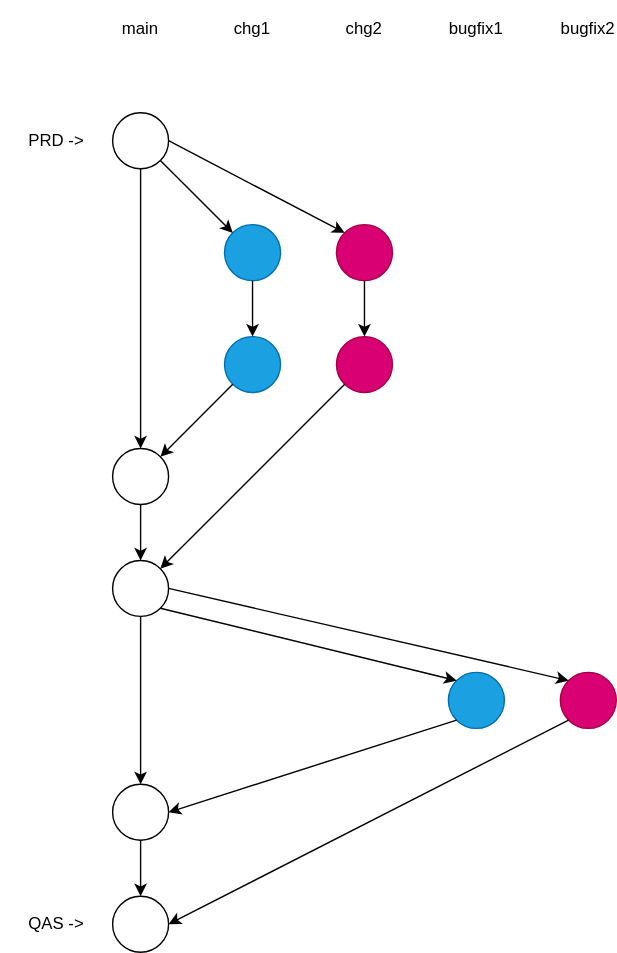
Before: bugfixed.drawio.svg, a diagram exported from draw.io (larshp/two-alv-reports). Source tidied: cells renumbered, new cells last; positions are measured from the earlier drawing's top-left corner, leaving out a move shared by most shapes. Its diagram source:
```xml
<mxGraphModel background="#ffffff">
  <root>
    <mxCell id="0" />
    <mxCell id="1" parent="0" />
    <mxCell id="2" style="ellipse;whiteSpace=wrap;html=1;" parent="1" vertex="1">
      <mxGeometry x="80" y="80" width="40" height="40" as="geometry" />
    </mxCell>
    <mxCell id="3" style="ellipse;whiteSpace=wrap;html=1;fillColor=#1ba1e2;fontColor=#ffffff;strokeColor=#006EAF;" parent="1" vertex="1">
      <mxGeometry x="160" y="160" width="40" height="40" as="geometry" />
    </mxCell>
    <mxCell id="4" style="ellipse;whiteSpace=wrap;html=1;fillColor=#d80073;fontColor=#ffffff;strokeColor=#A50040;" parent="1" vertex="1">
      <mxGeometry x="240" y="160" width="40" height="40" as="geometry" />
    </mxCell>
    <mxCell id="5" value="main" style="text;html=1;strokeColor=none;fillColor=none;align=center;verticalAlign=middle;whiteSpace=wrap;rounded=0;" parent="1" vertex="1">
      <mxGeometry x="80" width="40" height="40" as="geometry" />
    </mxCell>
    <mxCell id="6" value="chg1" style="text;html=1;strokeColor=none;fillColor=none;align=center;verticalAlign=middle;whiteSpace=wrap;rounded=0;" parent="1" vertex="1">
      <mxGeometry x="160" width="40" height="40" as="geometry" />
    </mxCell>
    <mxCell id="7" value="chg2" style="text;html=1;strokeColor=none;fillColor=none;align=center;verticalAlign=middle;whiteSpace=wrap;rounded=0;" parent="1" vertex="1">
      <mxGeometry x="240" width="40" height="40" as="geometry" />
    </mxCell>
    <mxCell id="8" style="endArrow=classic;html=1;exitX=1;exitY=1;exitDx=0;exitDy=0;entryX=0;entryY=0;entryDx=0;entryDy=0;" parent="1" edge="1" source="2" target="3">
      <mxGeometry relative="1" as="geometry" />
    </mxCell>
    <mxCell id="9" style="endArrow=classic;html=1;exitX=1;exitY=0.5;exitDx=0;exitDy=0;entryX=0;entryY=0;entryDx=0;entryDy=0;" parent="1" edge="1" source="2" target="4">
      <mxGeometry relative="1" as="geometry" />
    </mxCell>
    <mxCell id="10" style="ellipse;whiteSpace=wrap;html=1;fillColor=#1ba1e2;fontColor=#ffffff;strokeColor=#006EAF;" parent="1" vertex="1">
      <mxGeometry x="160" y="240" width="40" height="40" as="geometry" />
    </mxCell>
    <mxCell id="11" style="ellipse;whiteSpace=wrap;html=1;fillColor=#d80073;fontColor=#ffffff;strokeColor=#A50040;" parent="1" vertex="1">
      <mxGeometry x="240" y="240" width="40" height="40" as="geometry" />
    </mxCell>
    <mxCell id="12" style="endArrow=classic;html=1;exitX=0.5;exitY=1;exitDx=0;exitDy=0;entryX=0.5;entryY=0;entryDx=0;entryDy=0;" parent="1" edge="1" source="3" target="10">
      <mxGeometry relative="1" as="geometry" />
    </mxCell>
    <mxCell id="13" style="endArrow=classic;html=1;exitX=0.5;exitY=1;exitDx=0;exitDy=0;entryX=0.5;entryY=0;entryDx=0;entryDy=0;" parent="1" edge="1" source="4" target="11">
      <mxGeometry relative="1" as="geometry" />
    </mxCell>
    <mxCell id="14" value="PRD -&amp;gt;" style="text;html=1;strokeColor=none;fillColor=none;align=center;verticalAlign=middle;whiteSpace=wrap;rounded=0;" parent="1" vertex="1">
      <mxGeometry y="85" width="80" height="30" as="geometry" />
    </mxCell>
    <mxCell id="15" style="ellipse;whiteSpace=wrap;html=1;" parent="1" vertex="1">
      <mxGeometry x="80" y="320" width="40" height="40" as="geometry" />
    </mxCell>
    <mxCell id="16" style="ellipse;whiteSpace=wrap;html=1;" parent="1" vertex="1">
      <mxGeometry x="80" y="400" width="40" height="40" as="geometry" />
    </mxCell>
    <mxCell id="17" style="endArrow=classic;html=1;exitX=0;exitY=1;exitDx=0;exitDy=0;entryX=1;entryY=0;entryDx=0;entryDy=0;" parent="1" edge="1" source="10" target="15">
      <mxGeometry relative="1" as="geometry" />
    </mxCell>
    <mxCell id="18" style="endArrow=classic;html=1;entryX=1;entryY=0;entryDx=0;entryDy=0;exitX=0;exitY=1;exitDx=0;exitDy=0;" parent="1" edge="1" source="11" target="16">
      <mxGeometry relative="1" as="geometry" />
    </mxCell>
    <mxCell id="19" style="endArrow=classic;html=1;exitX=0.5;exitY=1;exitDx=0;exitDy=0;entryX=0.5;entryY=0;entryDx=0;entryDy=0;" parent="1" edge="1" source="15" target="16">
      <mxGeometry relative="1" as="geometry" />
    </mxCell>
    <mxCell id="20" value="bugfix1" style="text;html=1;strokeColor=none;fillColor=none;align=center;verticalAlign=middle;whiteSpace=wrap;rounded=0;" parent="1" vertex="1">
      <mxGeometry x="320" width="40" height="40" as="geometry" />
    </mxCell>
    <mxCell id="21" value="bugfix2" style="text;html=1;strokeColor=none;fillColor=none;align=center;verticalAlign=middle;whiteSpace=wrap;rounded=0;" parent="1" vertex="1">
      <mxGeometry x="400" width="40" height="40" as="geometry" />
    </mxCell>
    <mxCell id="22" style="ellipse;whiteSpace=wrap;html=1;fillColor=#1ba1e2;fontColor=#ffffff;strokeColor=#006EAF;" parent="1" vertex="1">
      <mxGeometry x="320" y="480" width="40" height="40" as="geometry" />
    </mxCell>
    <mxCell id="23" style="ellipse;whiteSpace=wrap;html=1;fillColor=#d80073;fontColor=#ffffff;strokeColor=#A50040;" parent="1" vertex="1">
      <mxGeometry x="400" y="480" width="40" height="40" as="geometry" />
    </mxCell>
    <mxCell id="24" style="endArrow=classic;html=1;exitX=1;exitY=1;exitDx=0;exitDy=0;entryX=0;entryY=0;entryDx=0;entryDy=0;" parent="1" edge="1" source="16" target="22">
      <mxGeometry relative="1" as="geometry" />
    </mxCell>
    <mxCell id="25" style="endArrow=classic;html=1;exitX=1;exitY=0.5;exitDx=0;exitDy=0;entryX=0;entryY=0;entryDx=0;entryDy=0;" parent="1" edge="1" source="16" target="23">
      <mxGeometry relative="1" as="geometry" />
    </mxCell>
    <mxCell id="26" style="ellipse;whiteSpace=wrap;html=1;" parent="1" vertex="1">
      <mxGeometry x="80" y="560" width="40" height="40" as="geometry" />
    </mxCell>
    <mxCell id="27" value="QAS -&amp;gt;" style="text;html=1;strokeColor=none;fillColor=none;align=center;verticalAlign=middle;whiteSpace=wrap;rounded=0;" parent="1" vertex="1">
      <mxGeometry y="645" width="80" height="30" as="geometry" />
    </mxCell>
    <mxCell id="28" style="endArrow=classic;html=1;exitX=0;exitY=1;exitDx=0;exitDy=0;entryX=1;entryY=0.5;entryDx=0;entryDy=0;" parent="1" edge="1" source="22" target="26">
      <mxGeometry relative="1" as="geometry" />
    </mxCell>
    <mxCell id="29" style="endArrow=classic;html=1;entryX=0.5;entryY=0;entryDx=0;entryDy=0;exitX=0.5;exitY=1;exitDx=0;exitDy=0;" parent="1" edge="1" source="16" target="26">
      <mxGeometry relative="1" as="geometry" />
    </mxCell>
    <mxCell id="30" style="endArrow=classic;html=1;exitX=0;exitY=1;exitDx=0;exitDy=0;entryX=1;entryY=0.5;entryDx=0;entryDy=0;" parent="1" edge="1" source="23" target="31">
      <mxGeometry relative="1" as="geometry" />
    </mxCell>
    <mxCell id="31" style="ellipse;whiteSpace=wrap;html=1;" parent="1" vertex="1">
      <mxGeometry x="80" y="640" width="40" height="40" as="geometry" />
    </mxCell>
    <mxCell id="32" style="endArrow=classic;html=1;entryX=0.5;entryY=0;entryDx=0;entryDy=0;exitX=0.5;exitY=1;exitDx=0;exitDy=0;" parent="1" edge="1" source="26" target="31">
      <mxGeometry relative="1" as="geometry" />
    </mxCell>
    <mxCell id="33" style="endArrow=classic;html=1;exitX=0.5;exitY=1;exitDx=0;exitDy=0;entryX=0.5;entryY=0;entryDx=0;entryDy=0;" parent="1" edge="1" source="2" target="15">
      <mxGeometry relative="1" as="geometry" />
    </mxCell>
  </root>
</mxGraphModel>
```
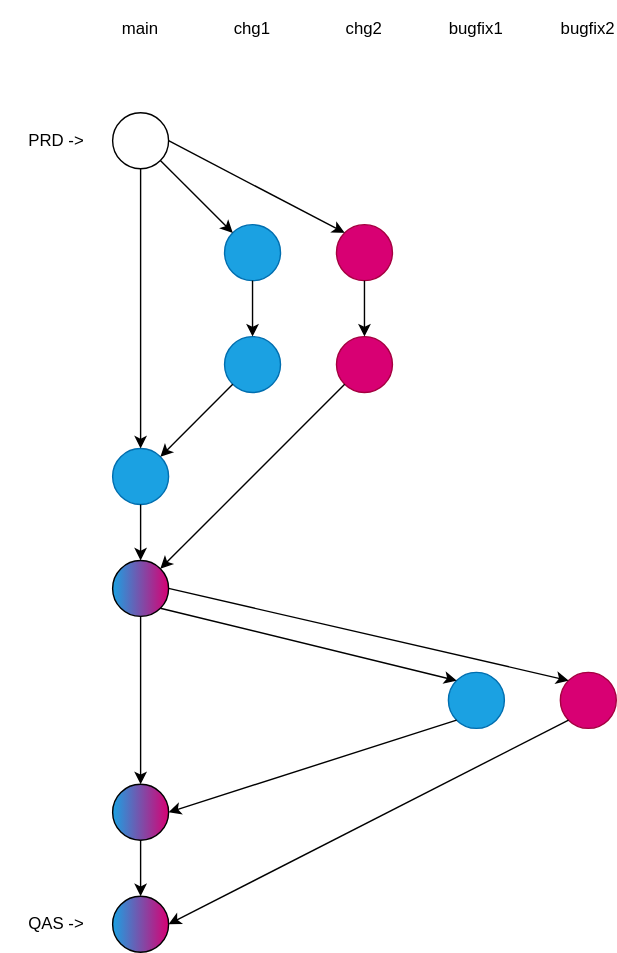
The same diagram one commit later.

Diff of the diagram source:
```diff
@@ -41,10 +41,10 @@
     <mxCell id="14" value="PRD -&amp;gt;" style="text;html=1;strokeColor=none;fillColor=none;align=center;verticalAlign=middle;whiteSpace=wrap;rounded=0;" parent="1" vertex="1">
       <mxGeometry y="85" width="80" height="30" as="geometry" />
     </mxCell>
-    <mxCell id="15" style="ellipse;whiteSpace=wrap;html=1;" parent="1" vertex="1">
+    <mxCell id="15" style="ellipse;whiteSpace=wrap;html=1;fillColor=#1ba1e2;strokeColor=#006EAF;fontColor=#ffffff;" parent="1" vertex="1">
       <mxGeometry x="80" y="320" width="40" height="40" as="geometry" />
     </mxCell>
-    <mxCell id="16" style="ellipse;whiteSpace=wrap;html=1;" parent="1" vertex="1">
+    <mxCell id="16" style="ellipse;whiteSpace=wrap;html=1;gradientColor=#1BA1E2;gradientDirection=west;fillColor=#D80073;" parent="1" vertex="1">
       <mxGeometry x="80" y="400" width="40" height="40" as="geometry" />
     </mxCell>
     <mxCell id="17" style="endArrow=classic;html=1;exitX=0;exitY=1;exitDx=0;exitDy=0;entryX=1;entryY=0;entryDx=0;entryDy=0;" parent="1" edge="1" source="10" target="15">
@@ -74,7 +74,7 @@
     <mxCell id="25" style="endArrow=classic;html=1;exitX=1;exitY=0.5;exitDx=0;exitDy=0;entryX=0;entryY=0;entryDx=0;entryDy=0;" parent="1" edge="1" source="16" target="23">
       <mxGeometry relative="1" as="geometry" />
     </mxCell>
-    <mxCell id="26" style="ellipse;whiteSpace=wrap;html=1;" parent="1" vertex="1">
+    <mxCell id="26" style="ellipse;whiteSpace=wrap;html=1;fillColor=#D80073;gradientColor=#1BA1E2;gradientDirection=west;" parent="1" vertex="1">
       <mxGeometry x="80" y="560" width="40" height="40" as="geometry" />
     </mxCell>
     <mxCell id="27" value="QAS -&amp;gt;" style="text;html=1;strokeColor=none;fillColor=none;align=center;verticalAlign=middle;whiteSpace=wrap;rounded=0;" parent="1" vertex="1">
@@ -89,7 +89,7 @@
     <mxCell id="30" style="endArrow=classic;html=1;exitX=0;exitY=1;exitDx=0;exitDy=0;entryX=1;entryY=0.5;entryDx=0;entryDy=0;" parent="1" edge="1" source="23" target="31">
       <mxGeometry relative="1" as="geometry" />
     </mxCell>
-    <mxCell id="31" style="ellipse;whiteSpace=wrap;html=1;" parent="1" vertex="1">
+    <mxCell id="31" style="ellipse;whiteSpace=wrap;html=1;fillColor=#D80073;gradientColor=#1BA1E2;gradientDirection=west;" parent="1" vertex="1">
       <mxGeometry x="80" y="640" width="40" height="40" as="geometry" />
     </mxCell>
     <mxCell id="32" style="endArrow=classic;html=1;entryX=0.5;entryY=0;entryDx=0;entryDy=0;exitX=0.5;exitY=1;exitDx=0;exitDy=0;" parent="1" edge="1" source="26" target="31">
```
